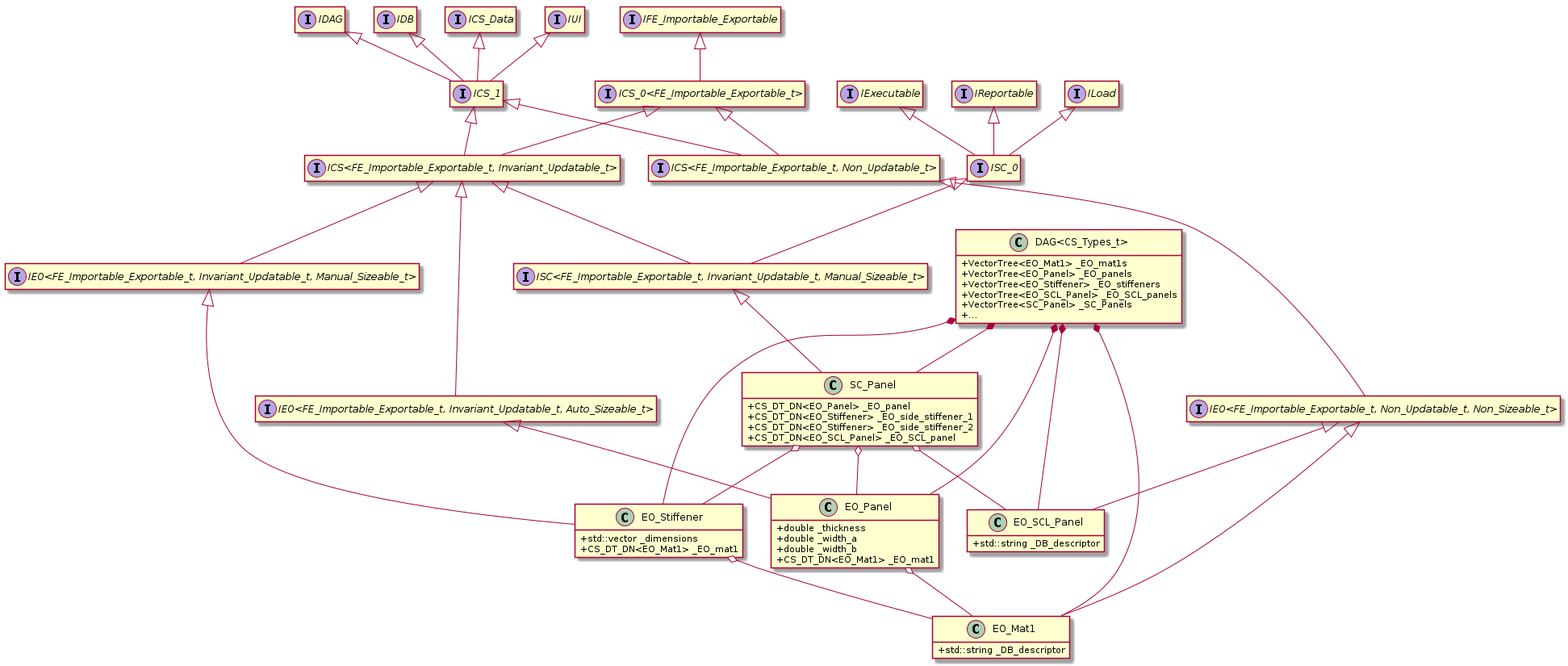
The PlantUML diagram uml/DAG.png in BarisAlbayrakIEEE/StructuralAnalysis, before a commit. Its source is kept beside it as uml/DAG.puml.
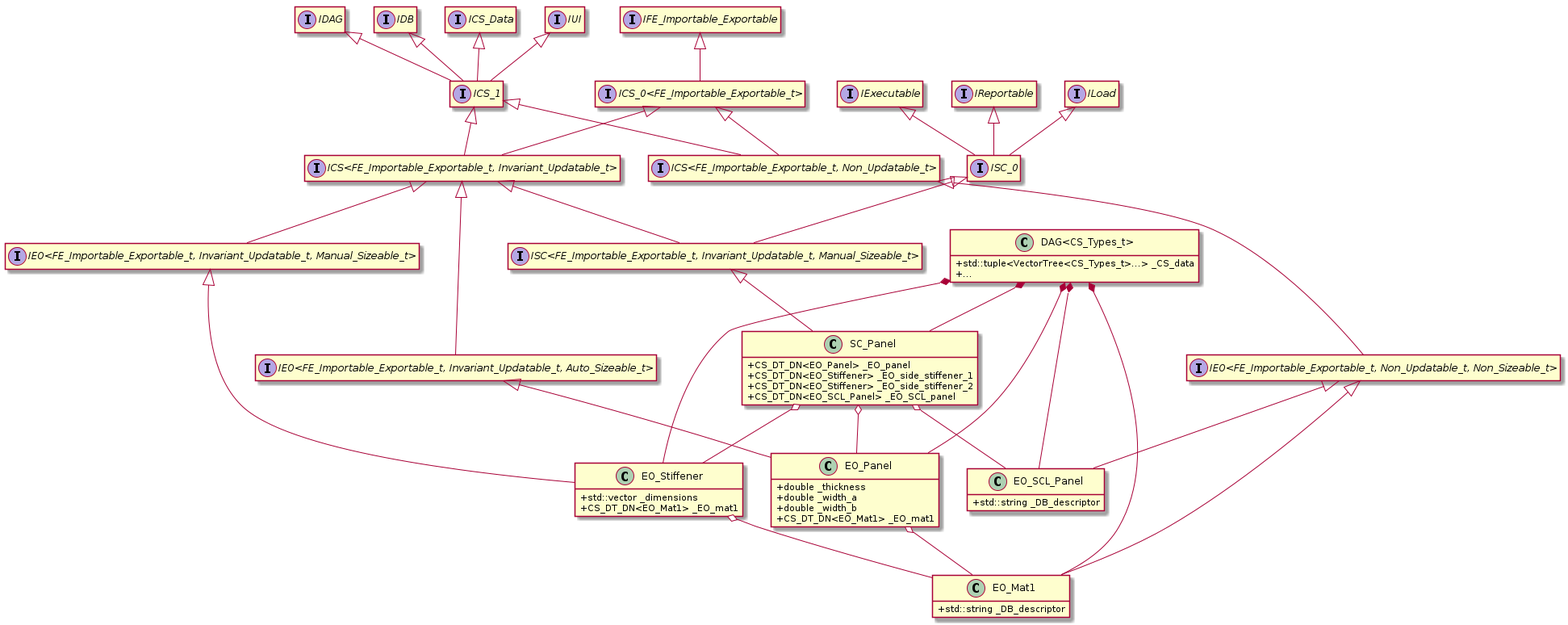
The same diagram one commit later.

What changed in the source:
```diff
@@ -88,11 +88,7 @@
 
 
 class "DAG<CS_Types_t>" {
-    +VectorTree<EO_Mat1> _EO_mat1s
-    +VectorTree<EO_Panel> _EO_panels
-    +VectorTree<EO_Stiffener> _EO_stiffeners
-    +VectorTree<EO_SCL_Panel> _EO_SCL_panels
-    +VectorTree<SC_Panel> _SC_Panels
+    +std::tuple<VectorTree<CS_Types_t>...> _CS_data
     +...
 }
 "DAG<CS_Types_t>" *-- EO_Mat1
```
